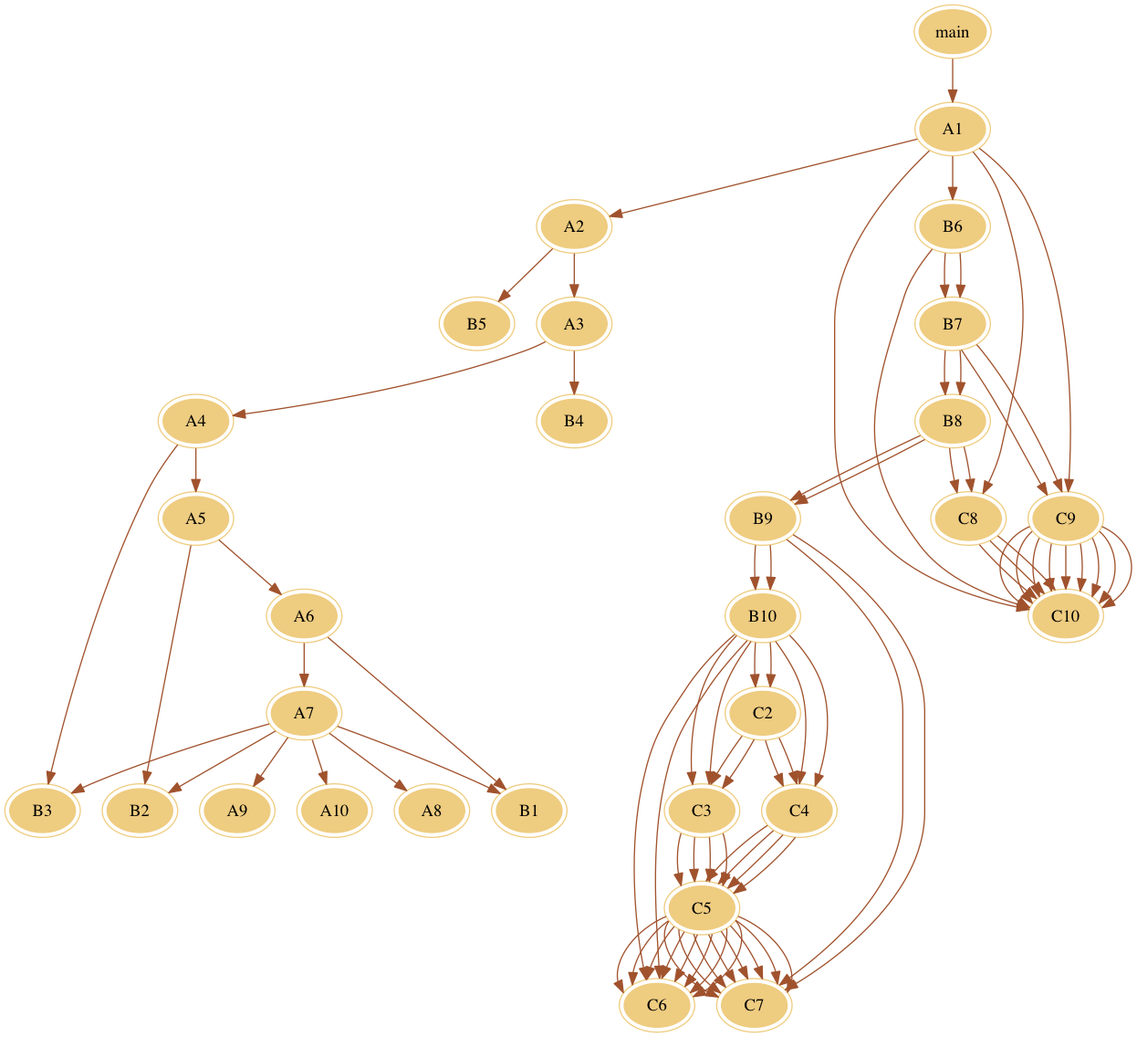
The Graphviz diagram out/dot/match.png in carsonshan/AspectJIdea, before a commit. Its source is kept beside it as out/dot/match.dot.
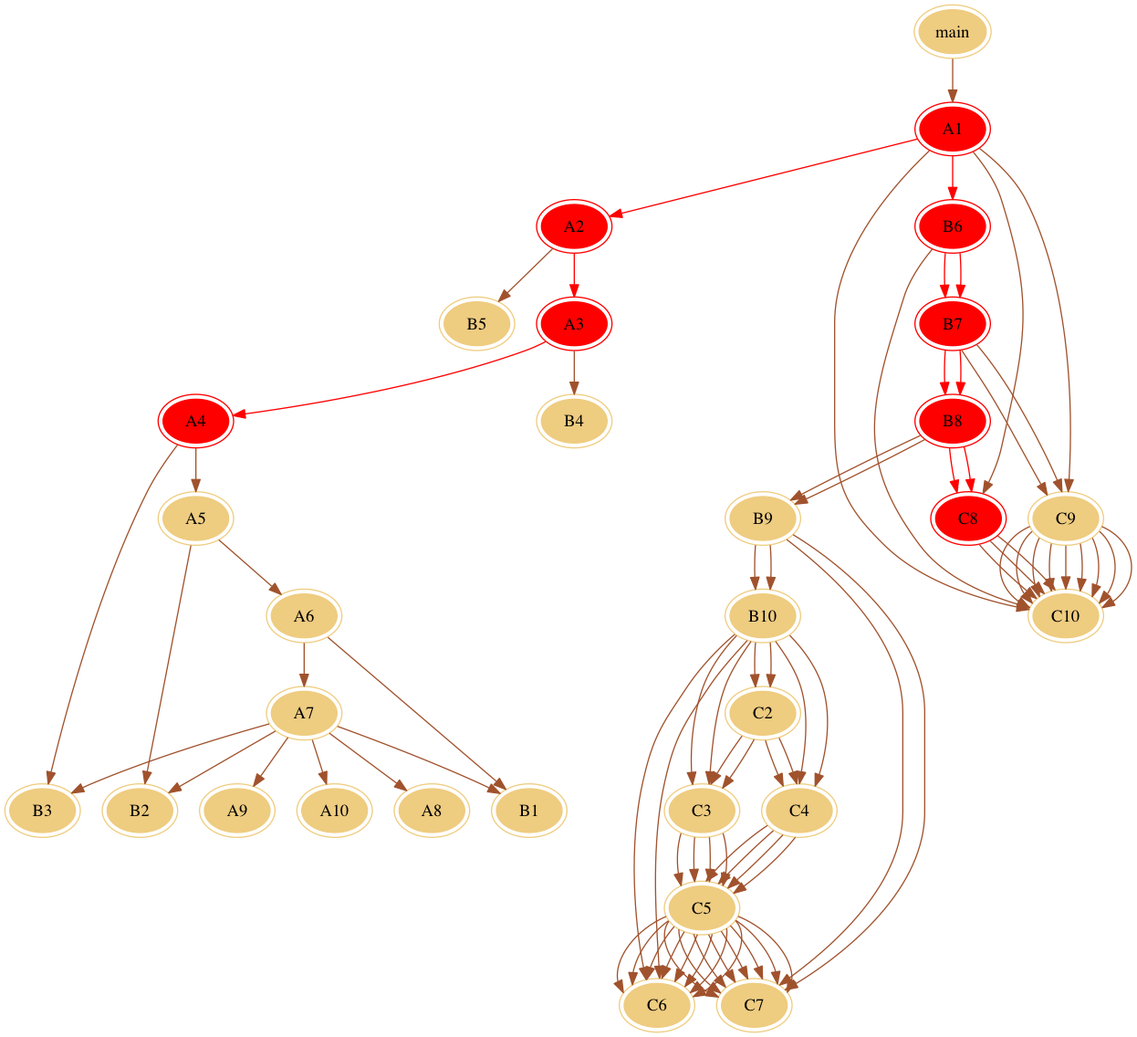
The same diagram one commit later.

What changed in the source:
```diff
@@ -3,9 +3,9 @@
     node [peripheries=2 style=filled color="#eecc80"]
     edge [color="sienna" fontcolor="green"]
 main -> A1;
-A1 -> A2;
-A2 -> A3;
-A3 -> A4;
+A1 -> A2[color=red];
+A2 -> A3[color=red];
+A3 -> A4[color=red];
 A4 -> A5;
 A5 -> A6;
 A6 -> A7;
@@ -20,9 +20,9 @@
 A4 -> B3;
 A3 -> B4;
 A2 -> B5;
-A1 -> B6;
-B6 -> B7;
-B7 -> B8;
+A1 -> B6[color=red];
+B6 -> B7[color=red];
+B7 -> B8[color=red];
 B8 -> B9;
 B9 -> B10;
 B10 -> C2;
@@ -44,14 +44,14 @@
 C5 -> C7;
 B10 -> C6;
 B9 -> C7;
-B8 -> C8;
+B8 -> C8[color=red];
 C8 -> C10;
 B7 -> C9;
 C9 -> C10;
 C9 -> C10;
 C9 -> C10;
-B6 -> B7;
-B7 -> B8;
+B6 -> B7[color=red];
+B7 -> B8[color=red];
 B8 -> B9;
 B9 -> B10;
 B10 -> C2;
@@ -73,7 +73,7 @@
 C5 -> C7;
 B10 -> C6;
 B9 -> C7;
-B8 -> C8;
+B8 -> C8[color=red];
 C8 -> C10;
 B7 -> C9;
 C9 -> C10;
@@ -87,5 +87,25 @@
 C9 -> C10;
 A1 -> C8;
 C8 -> C10;
+A1[color=red];
+A2[color=red];
+A2[color=red];
+A3[color=red];
+A3[color=red];
+A4[color=red];
+A1[color=red];
+B6[color=red];
+B6[color=red];
+B7[color=red];
+B7[color=red];
+B8[color=red];
+B8[color=red];
+C8[color=red];
+B6[color=red];
+B7[color=red];
+B7[color=red];
+B8[color=red];
+B8[color=red];
+C8[color=red];
 
 }
```
